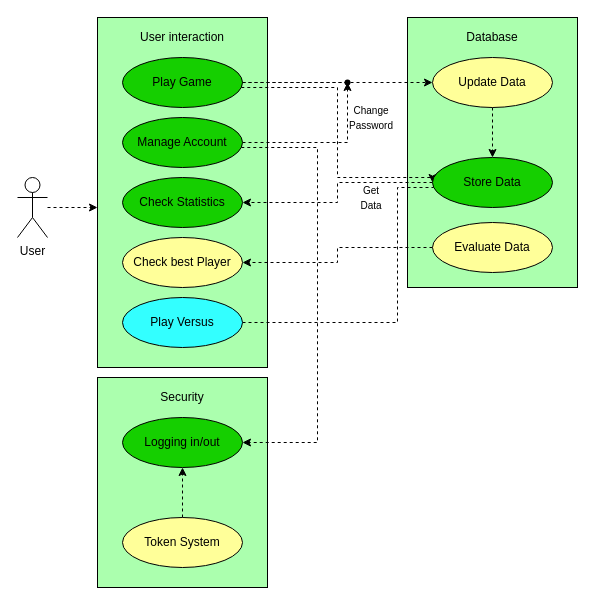
The draw.io diagram UseCases/UC-Diagram.drawio in Eightdays1/guesswhere_doc, before the edit. Source tidied: cells renumbered, new cells numbered last; positions are measured from the earlier drawing's top-left corner, leaving out a move shared by most shapes. Both pictures are drawn from the tidied source at 100%, with x=0, y=0 at pixel (17, 17).
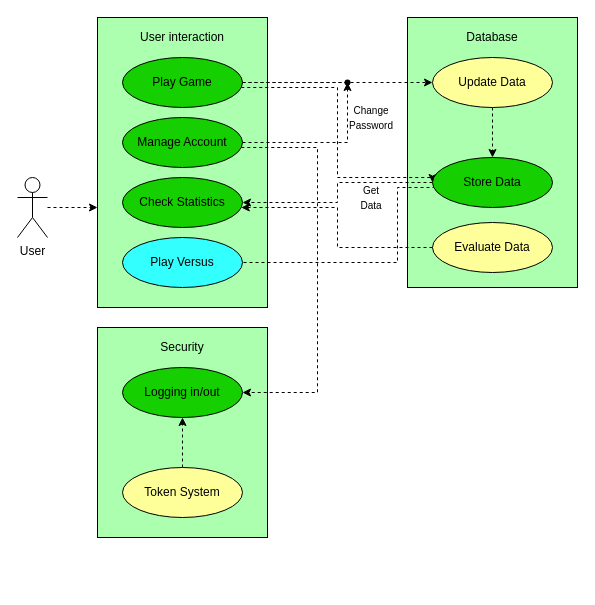
The same diagram, later.

The change refers to these unchanged cells:
```xml
<mxCell id="13" value="Manage Account" style="ellipse;whiteSpace=wrap;html=1;fillColor=#15CF00;" parent="1" vertex="1">
  <mxGeometry x="105" y="100" width="120" height="50" as="geometry" />
</mxCell>
<mxCell id="14" value="Check Statistics" style="ellipse;whiteSpace=wrap;html=1;fillColor=#15CF00;" parent="1" vertex="1">
  <mxGeometry x="105" y="160" width="120" height="50" as="geometry" />
</mxCell>
<mxCell id="22" value="Store Data" style="ellipse;whiteSpace=wrap;html=1;fillColor=#15CF00;" parent="1" vertex="1">
  <mxGeometry x="415" y="140" width="120" height="50" as="geometry" />
</mxCell>
<mxCell id="24" value="Evaluate Data" style="ellipse;whiteSpace=wrap;html=1;fillColor=#FFFF99;" parent="1" vertex="1">
  <mxGeometry x="415" y="205" width="120" height="50" as="geometry" />
</mxCell>
```

The edit, as a diff of the source:
```diff
@@
     <mxCell id="2" style="rounded=0;whiteSpace=wrap;html=1;fillColor=#ABFFAE;" parent="1" vertex="1">
-      <mxGeometry x="80" y="360" width="170" height="210" as="geometry" />
+      <mxGeometry x="80" y="310" width="170" height="210" as="geometry" />
     </mxCell>
@@
     <mxCell id="6" style="rounded=0;whiteSpace=wrap;html=1;fillColor=#ABFFAE;" parent="1" vertex="1">
-      <mxGeometry x="80" width="170" height="350" as="geometry" />
+      <mxGeometry x="80" width="170" height="290" as="geometry" />
     </mxCell>
@@
     <mxCell id="12" style="edgeStyle=orthogonalEdgeStyle;rounded=0;jettySize=auto;html=1;entryX=1;entryY=0.5;entryDx=0;entryDy=0;dashed=1;" parent="1" edge="1" source="13" target="30">
       <mxGeometry relative="1" as="geometry">
         <Array as="points">
           <mxPoint x="300" y="130" />
-          <mxPoint x="300" y="425" />
+          <mxPoint x="300" y="375" />
         </Array>
       </mxGeometry>
     </mxCell>
@@
-    <mxCell id="15" value="Check best Player" style="ellipse;whiteSpace=wrap;html=1;fillColor=#FFFF99;" parent="1" vertex="1">
-      <mxGeometry x="105" y="220" width="120" height="50" as="geometry" />
-    </mxCell>
-    <mxCell id="16" style="edgeStyle=orthogonalEdgeStyle;rounded=0;jettySize=auto;html=1;dashed=1;endArrow=none;endFill=0;" parent="1" edge="1" source="17" target="22">
+    <mxCell id="16" style="edgeStyle=orthogonalEdgeStyle;rounded=0;jettySize=auto;html=1;dashed=1;endArrow=none;endFill=0;" parent="1" edge="1" target="22">
       <mxGeometry relative="1" as="geometry">
+        <mxPoint x="220" y="245" as="sourcePoint" />
         <Array as="points">
-          <mxPoint x="380" y="305" />
+          <mxPoint x="380" y="245" />
           <mxPoint x="380" y="170" />
         </Array>
       </mxGeometry>
     </mxCell>
     <mxCell id="17" value="Play Versus" style="ellipse;whiteSpace=wrap;html=1;fillColor=#33FFFF;" parent="1" vertex="1">
-      <mxGeometry x="105" y="280" width="120" height="50" as="geometry" />
+      <mxGeometry x="105" y="220" width="120" height="50" as="geometry" />
     </mxCell>
@@
-    <mxCell id="23" style="edgeStyle=orthogonalEdgeStyle;rounded=0;jettySize=auto;html=1;dashed=1;" parent="1" edge="1" source="24" target="15">
-      <mxGeometry relative="1" as="geometry" />
+    <mxCell id="23" style="edgeStyle=orthogonalEdgeStyle;rounded=0;jettySize=auto;html=1;dashed=1;" parent="1" edge="1" source="24" target="14">
+      <mxGeometry relative="1" as="geometry">
+        <Array as="points">
+          <mxPoint x="320" y="230" />
+          <mxPoint x="320" y="190" />
+        </Array>
+      </mxGeometry>
     </mxCell>
@@
     <mxCell id="29" value="Security" style="text;html=1;strokeColor=none;fillColor=none;align=center;verticalAlign=middle;whiteSpace=wrap;rounded=0;" parent="1" vertex="1">
-      <mxGeometry x="110" y="370" width="110" height="20" as="geometry" />
+      <mxGeometry x="110" y="320" width="110" height="20" as="geometry" />
     </mxCell>
     <mxCell id="30" value="Logging in/out" style="ellipse;whiteSpace=wrap;html=1;fillColor=#15CF00;" parent="1" vertex="1">
-      <mxGeometry x="105" y="400" width="120" height="50" as="geometry" />
+      <mxGeometry x="105" y="350" width="120" height="50" as="geometry" />
     </mxCell>
@@
     <mxCell id="32" value="Token System" style="ellipse;whiteSpace=wrap;html=1;fillColor=#FFFF99;" parent="1" vertex="1">
-      <mxGeometry x="105" y="500" width="120" height="50" as="geometry" />
+      <mxGeometry x="105" y="450" width="120" height="50" as="geometry" />
     </mxCell>
```
